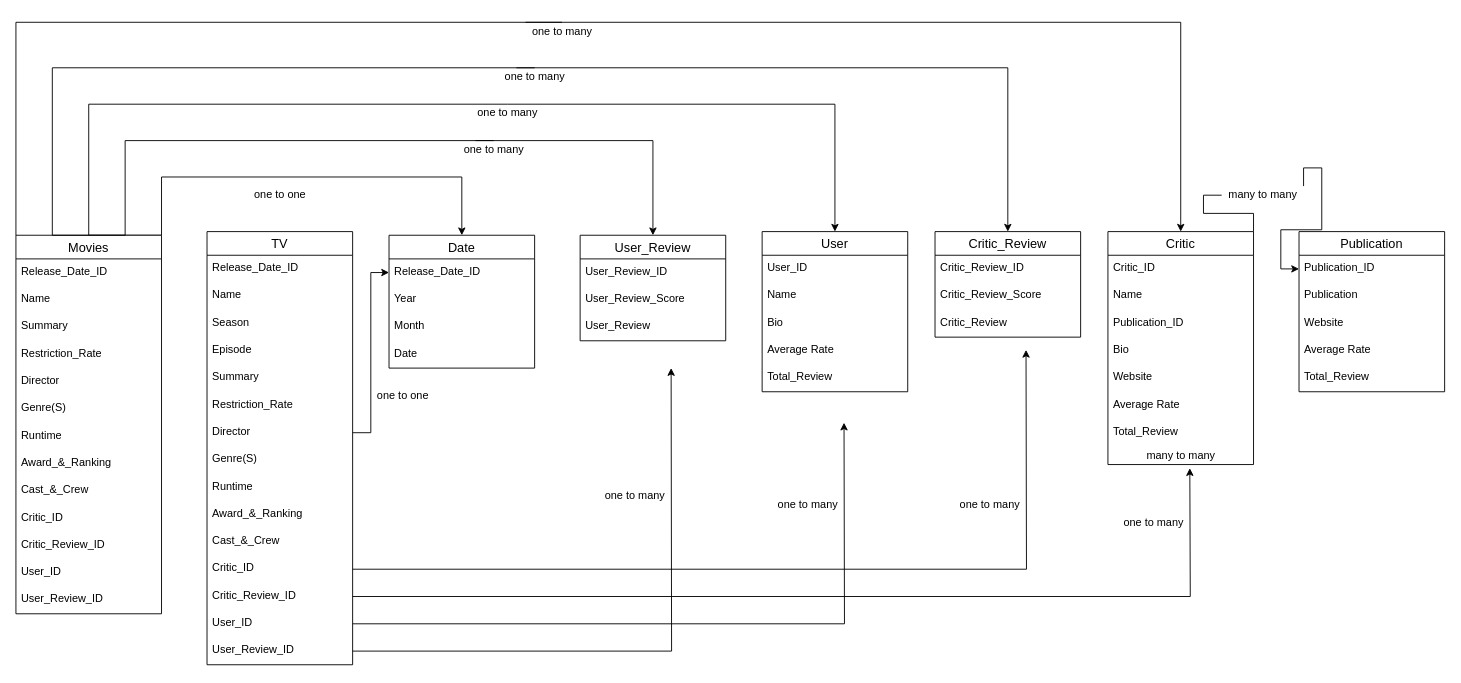
Earlier version of the draw.io diagram Untitled Diagram.drawio (heekaru/heekaru). Source tidied: cells renumbered, new cells numbered last; positions are measured from the earlier drawing's top-left corner, leaving out a move shared by most shapes. Both pictures are drawn from the tidied source at 91%, with x=0, y=0 at pixel (15, 22).
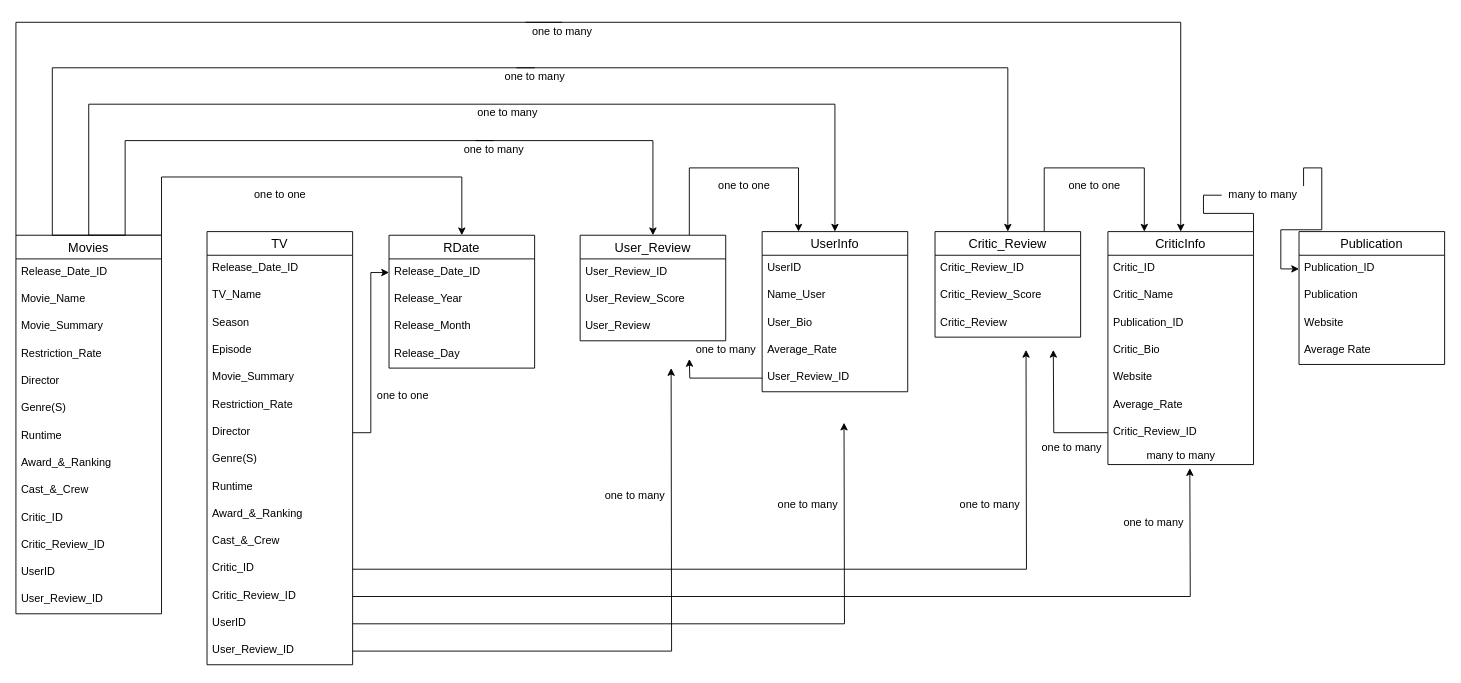
Above is the later version.

Commit message:
Review Score Database Design

Unchanged cells that the change refers to:
```xml
<mxCell id="7" value="Movies" style="swimlane;fontStyle=0;horizontal=1;startSize=26;align=center;fontSize=14;" parent="1" vertex="1">
  <mxGeometry y="234" width="160" height="416" as="geometry" />
</mxCell>
<mxCell id="42" value="TV" style="swimlane;fontStyle=0;horizontal=1;startSize=26;align=center;fontSize=14;" parent="1" vertex="1">
  <mxGeometry x="210" y="230" width="160" height="476" as="geometry" />
</mxCell>
<mxCell id="58" value="Critic_Review" style="swimlane;fontStyle=0;horizontal=1;startSize=26;align=center;fontSize=14;" parent="1" vertex="1">
  <mxGeometry x="1010" y="230" width="160" height="116" as="geometry" />
</mxCell>
<mxCell id="62" value="User_Review" style="swimlane;fontStyle=0;horizontal=1;startSize=26;align=center;fontSize=14;" parent="1" vertex="1">
  <mxGeometry x="620" y="234" width="160" height="116" as="geometry" />
</mxCell>
```

The edit, as a diff of the source:
```diff
@@
-    <mxCell id="9" value="Name" style="text;strokeColor=none;fillColor=none;spacingLeft=4;spacingRight=4;overflow=hidden;fontSize=12;" parent="7" vertex="1">
+    <mxCell id="9" value="Movie_Name" style="text;strokeColor=none;fillColor=none;spacingLeft=4;spacingRight=4;overflow=hidden;fontSize=12;" parent="7" vertex="1">
       <mxGeometry y="56" width="160" height="30" as="geometry" />
     </mxCell>
-    <mxCell id="10" value="Summary" style="text;strokeColor=none;fillColor=none;spacingLeft=4;spacingRight=4;overflow=hidden;fontSize=12;" parent="7" vertex="1">
+    <mxCell id="10" value="Movie_Summary" style="text;strokeColor=none;fillColor=none;spacingLeft=4;spacingRight=4;overflow=hidden;fontSize=12;" parent="7" vertex="1">
       <mxGeometry y="86" width="160" height="30" as="geometry" />
     </mxCell>
@@
-    <mxCell id="19" value="User_ID" style="text;strokeColor=none;fillColor=none;spacingLeft=4;spacingRight=4;overflow=hidden;fontSize=12;" parent="7" vertex="1">
+    <mxCell id="19" value="UserID" style="text;strokeColor=none;fillColor=none;spacingLeft=4;spacingRight=4;overflow=hidden;fontSize=12;" parent="7" vertex="1">
       <mxGeometry y="356" width="160" height="30" as="geometry" />
     </mxCell>
@@
-    <mxCell id="21" value="Date" style="swimlane;fontStyle=0;horizontal=1;startSize=26;align=center;fontSize=14;" parent="1" vertex="1">
+    <mxCell id="21" value="RDate" style="swimlane;fontStyle=0;horizontal=1;startSize=26;align=center;fontSize=14;" parent="1" vertex="1">
       <mxGeometry x="410" y="234" width="160" height="146" as="geometry" />
     </mxCell>
@@
-    <mxCell id="23" value="Year" style="text;strokeColor=none;fillColor=none;spacingLeft=4;spacingRight=4;overflow=hidden;fontSize=12;" parent="21" vertex="1">
+    <mxCell id="23" value="Release_Year" style="text;strokeColor=none;fillColor=none;spacingLeft=4;spacingRight=4;overflow=hidden;fontSize=12;" parent="21" vertex="1">
       <mxGeometry y="56" width="160" height="30" as="geometry" />
     </mxCell>
-    <mxCell id="24" value="Month" style="text;strokeColor=none;fillColor=none;spacingLeft=4;spacingRight=4;overflow=hidden;fontSize=12;" parent="21" vertex="1">
+    <mxCell id="24" value="Release_Month" style="text;strokeColor=none;fillColor=none;spacingLeft=4;spacingRight=4;overflow=hidden;fontSize=12;" parent="21" vertex="1">
       <mxGeometry y="86" width="160" height="30" as="geometry" />
     </mxCell>
-    <mxCell id="25" value="Date" style="text;strokeColor=none;fillColor=none;spacingLeft=4;spacingRight=4;overflow=hidden;fontSize=12;" parent="21" vertex="1">
+    <mxCell id="25" value="Release_Day" style="text;strokeColor=none;fillColor=none;spacingLeft=4;spacingRight=4;overflow=hidden;fontSize=12;" parent="21" vertex="1">
       <mxGeometry y="116" width="160" height="30" as="geometry" />
     </mxCell>
-    <mxCell id="26" value="User" style="swimlane;fontStyle=0;horizontal=1;startSize=26;align=center;fontSize=14;" parent="1" vertex="1">
+    <mxCell id="26" value="UserInfo" style="swimlane;fontStyle=0;horizontal=1;startSize=26;align=center;fontSize=14;" parent="1" vertex="1">
       <mxGeometry x="820" y="230" width="160" height="176" as="geometry" />
     </mxCell>
-    <mxCell id="27" value="User_ID" style="text;strokeColor=none;fillColor=none;spacingLeft=4;spacingRight=4;overflow=hidden;fontSize=12;" parent="26" vertex="1">
+    <mxCell id="27" value="UserID" style="text;strokeColor=none;fillColor=none;spacingLeft=4;spacingRight=4;overflow=hidden;fontSize=12;" parent="26" vertex="1">
       <mxGeometry y="26" width="160" height="30" as="geometry" />
     </mxCell>
-    <mxCell id="28" value="Name" style="text;strokeColor=none;fillColor=none;spacingLeft=4;spacingRight=4;overflow=hidden;fontSize=12;" parent="26" vertex="1">
+    <mxCell id="28" value="Name_User" style="text;strokeColor=none;fillColor=none;spacingLeft=4;spacingRight=4;overflow=hidden;fontSize=12;" parent="26" vertex="1">
       <mxGeometry y="56" width="160" height="30" as="geometry" />
     </mxCell>
-    <mxCell id="29" value="Bio" style="text;strokeColor=none;fillColor=none;spacingLeft=4;spacingRight=4;overflow=hidden;fontSize=12;" parent="26" vertex="1">
+    <mxCell id="29" value="User_Bio" style="text;strokeColor=none;fillColor=none;spacingLeft=4;spacingRight=4;overflow=hidden;fontSize=12;" parent="26" vertex="1">
       <mxGeometry y="86" width="160" height="30" as="geometry" />
     </mxCell>
-    <mxCell id="30" value="Average Rate" style="text;strokeColor=none;fillColor=none;spacingLeft=4;spacingRight=4;overflow=hidden;fontSize=12;" parent="26" vertex="1">
+    <mxCell id="30" value="Average_Rate" style="text;strokeColor=none;fillColor=none;spacingLeft=4;spacingRight=4;overflow=hidden;fontSize=12;" parent="26" vertex="1">
       <mxGeometry y="116" width="160" height="30" as="geometry" />
     </mxCell>
-    <mxCell id="31" value="Total_Review" style="text;strokeColor=none;fillColor=none;spacingLeft=4;spacingRight=4;overflow=hidden;points=[[0,0.5],[1,0.5]];portConstraint=eastwest;fontSize=12;" parent="26" vertex="1">
+    <mxCell id="31" value="User_Review_ID" style="text;strokeColor=none;fillColor=none;spacingLeft=4;spacingRight=4;overflow=hidden;points=[[0,0.5],[1,0.5]];portConstraint=eastwest;fontSize=12;" parent="26" vertex="1">
       <mxGeometry y="146" width="160" height="30" as="geometry" />
     </mxCell>
@@
-    <mxCell id="33" value="Critic" style="swimlane;fontStyle=0;horizontal=1;startSize=26;align=center;fontSize=14;" parent="1" vertex="1">
+    <mxCell id="33" value="CriticInfo" style="swimlane;fontStyle=0;horizontal=1;startSize=26;align=center;fontSize=14;" parent="1" vertex="1">
       <mxGeometry x="1200" y="230" width="160" height="256" as="geometry" />
     </mxCell>
@@
-    <mxCell id="35" value="Name" style="text;strokeColor=none;fillColor=none;spacingLeft=4;spacingRight=4;overflow=hidden;fontSize=12;" parent="33" vertex="1">
+    <mxCell id="35" value="Critic_Name" style="text;strokeColor=none;fillColor=none;spacingLeft=4;spacingRight=4;overflow=hidden;fontSize=12;" parent="33" vertex="1">
       <mxGeometry y="56" width="160" height="30" as="geometry" />
     </mxCell>
@@
-    <mxCell id="37" value="Bio" style="text;strokeColor=none;fillColor=none;spacingLeft=4;spacingRight=4;overflow=hidden;fontSize=12;" parent="33" vertex="1">
+    <mxCell id="37" value="Critic_Bio" style="text;strokeColor=none;fillColor=none;spacingLeft=4;spacingRight=4;overflow=hidden;fontSize=12;" parent="33" vertex="1">
       <mxGeometry y="116" width="160" height="30" as="geometry" />
     </mxCell>
@@
-    <mxCell id="39" value="Average Rate" style="text;strokeColor=none;fillColor=none;spacingLeft=4;spacingRight=4;overflow=hidden;fontSize=12;" parent="33" vertex="1">
+    <mxCell id="39" value="Average_Rate" style="text;strokeColor=none;fillColor=none;spacingLeft=4;spacingRight=4;overflow=hidden;fontSize=12;" parent="33" vertex="1">
       <mxGeometry y="176" width="160" height="30" as="geometry" />
     </mxCell>
-    <mxCell id="40" value="Total_Review" style="text;strokeColor=none;fillColor=none;spacingLeft=4;spacingRight=4;overflow=hidden;points=[[0,0.5],[1,0.5]];portConstraint=eastwest;fontSize=12;" parent="33" vertex="1">
+    <mxCell id="40" value="Critic_Review_ID" style="text;strokeColor=none;fillColor=none;spacingLeft=4;spacingRight=4;overflow=hidden;points=[[0,0.5],[1,0.5]];portConstraint=eastwest;fontSize=12;" parent="33" vertex="1">
       <mxGeometry y="206" width="160" height="30" as="geometry" />
     </mxCell>
@@
-    <mxCell id="44" value="Name" style="text;strokeColor=none;fillColor=none;spacingLeft=4;spacingRight=4;overflow=hidden;fontSize=12;" parent="42" vertex="1">
+    <mxCell id="44" value="TV_Name" style="text;strokeColor=none;fillColor=none;spacingLeft=4;spacingRight=4;overflow=hidden;fontSize=12;" parent="42" vertex="1">
       <mxGeometry y="56" width="160" height="30" as="geometry" />
     </mxCell>
@@
-    <mxCell id="47" value="Summary" style="text;strokeColor=none;fillColor=none;spacingLeft=4;spacingRight=4;overflow=hidden;fontSize=12;" parent="42" vertex="1">
+    <mxCell id="47" value="Movie_Summary" style="text;strokeColor=none;fillColor=none;spacingLeft=4;spacingRight=4;overflow=hidden;fontSize=12;" parent="42" vertex="1">
       <mxGeometry y="146" width="160" height="30" as="geometry" />
     </mxCell>
@@
-    <mxCell id="56" value="User_ID" style="text;strokeColor=none;fillColor=none;spacingLeft=4;spacingRight=4;overflow=hidden;points=[[0,0.5],[1,0.5]];portConstraint=eastwest;fontSize=12;" parent="42" vertex="1">
+    <mxCell id="56" value="UserID" style="text;strokeColor=none;fillColor=none;spacingLeft=4;spacingRight=4;overflow=hidden;points=[[0,0.5],[1,0.5]];portConstraint=eastwest;fontSize=12;" parent="42" vertex="1">
       <mxGeometry y="416" width="160" height="30" as="geometry" />
     </mxCell>
@@
+    <mxCell id="93" style="edgeStyle=orthogonalEdgeStyle;rounded=0;jettySize=auto;html=1;exitX=0.75;exitY=0;exitDx=0;exitDy=0;entryX=0.25;entryY=0;entryDx=0;entryDy=0;strokeColor=#000000;" parent="1" edge="1" source="58" target="33">
+      <mxGeometry relative="1" as="geometry">
+        <Array as="points">
+          <mxPoint x="1130" y="160" />
+          <mxPoint x="1240" y="160" />
+        </Array>
+      </mxGeometry>
+    </mxCell>
@@
+    <mxCell id="94" style="edgeStyle=orthogonalEdgeStyle;rounded=0;jettySize=auto;html=1;exitX=0.75;exitY=0;exitDx=0;exitDy=0;entryX=0.25;entryY=0;entryDx=0;entryDy=0;strokeColor=#000000;" parent="1" edge="1" source="62" target="26">
+      <mxGeometry relative="1" as="geometry">
+        <Array as="points">
+          <mxPoint x="740" y="160" />
+          <mxPoint x="860" y="160" />
+        </Array>
+      </mxGeometry>
+    </mxCell>
@@
     <mxCell id="66" value="Publication" style="swimlane;fontStyle=0;horizontal=1;startSize=26;align=center;fontSize=14;" parent="1" vertex="1">
-      <mxGeometry x="1410" y="230" width="160" height="176" as="geometry" />
+      <mxGeometry x="1410" y="230" width="160" height="146" as="geometry" />
     </mxCell>
@@
-    <mxCell id="71" value="Total_Review" style="text;strokeColor=none;fillColor=none;spacingLeft=4;spacingRight=4;overflow=hidden;fontSize=12;" parent="66" vertex="1">
-      <mxGeometry y="146" width="160" height="30" as="geometry" />
-    </mxCell>
@@
+    <mxCell id="95" value="one to one" style="text;html=1;align=center;verticalAlign=middle;fillColor=none;strokeColor=none;rounded=0;" parent="1" vertex="1">
+      <mxGeometry x="765" y="170" width="70" height="20" as="geometry" />
+    </mxCell>
+    <mxCell id="96" style="edgeStyle=orthogonalEdgeStyle;rounded=0;jettySize=auto;html=1;exitX=0;exitY=0.5;exitDx=0;exitDy=0;strokeColor=#000000;" parent="1" edge="1" source="31">
+      <mxGeometry relative="1" as="geometry">
+        <mxPoint x="740" y="370" as="targetPoint" />
+      </mxGeometry>
+    </mxCell>
+    <mxCell id="97" value="one to many" style="text;html=1;align=center;verticalAlign=middle;fillColor=none;strokeColor=none;rounded=0;" parent="1" vertex="1">
+      <mxGeometry x="740" y="350" width="80" height="20" as="geometry" />
+    </mxCell>
+    <mxCell id="98" value="one to one" style="text;html=1;align=center;verticalAlign=middle;fillColor=none;strokeColor=none;rounded=0;" parent="1" vertex="1">
+      <mxGeometry x="1150" y="170" width="70" height="20" as="geometry" />
+    </mxCell>
+    <mxCell id="99" style="edgeStyle=orthogonalEdgeStyle;rounded=0;jettySize=auto;html=1;exitX=0;exitY=0.5;exitDx=0;exitDy=0;strokeColor=#000000;" parent="1" edge="1" source="40">
+      <mxGeometry relative="1" as="geometry">
+        <mxPoint x="1140" y="360" as="targetPoint" />
+      </mxGeometry>
+    </mxCell>
+    <mxCell id="100" value="one to many" style="text;html=1;align=center;verticalAlign=middle;fillColor=none;strokeColor=none;rounded=0;" parent="1" vertex="1">
+      <mxGeometry x="1120" y="458" width="80" height="20" as="geometry" />
+    </mxCell>
```
